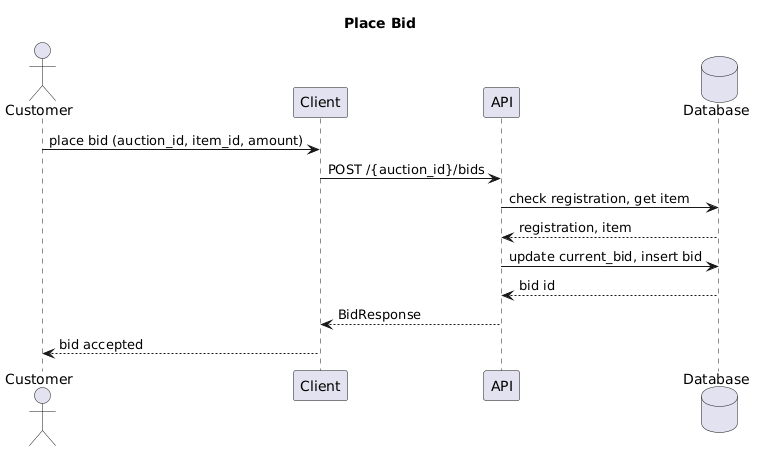
Above: Design/SequenceDiagram/PlaceBid.png in mihnea-popescu/CSCI_6234_Spring_2026_G18 (PlantUML), before the change.
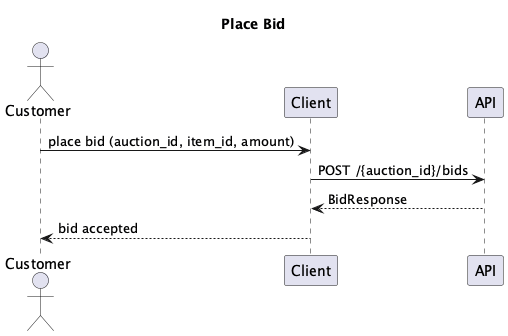
Above is the later version.

Diff of the diagram source:
```diff
@@ -1,16 +1,11 @@
-@startuml
+@startuml PlaceBid
 title Place Bid
 actor Customer
 participant Client
 participant API
-database Database
 
 Customer -> Client: place bid (auction_id, item_id, amount)
 Client -> API: POST /{auction_id}/bids
-API -> Database: check registration, get item
-Database --> API: registration, item
-API -> Database: update current_bid, insert bid
-Database --> API: bid id
 API --> Client: BidResponse
 Client --> Customer: bid accepted
 @enduml
```
